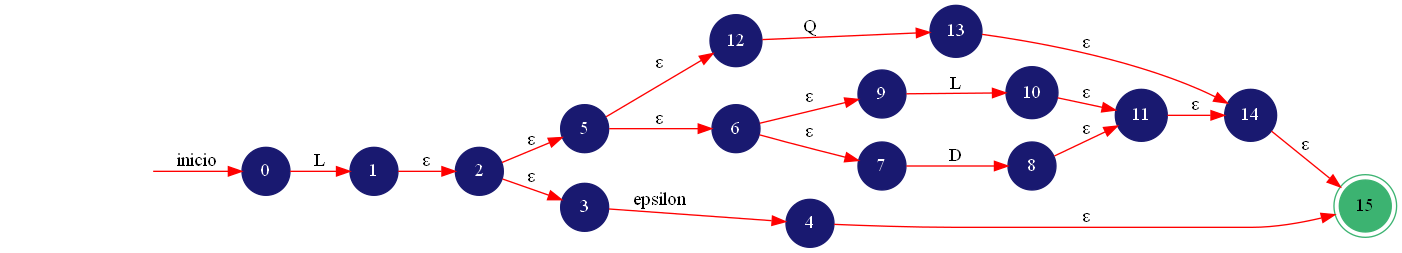
SergieArizandieta/OLC1-P1-202000119 keeps this Graphviz diagram as src/Imagenes/AFDN.png. Above is the earlier version. Its source is kept beside it as src/Imagenes/AFDN.dot.
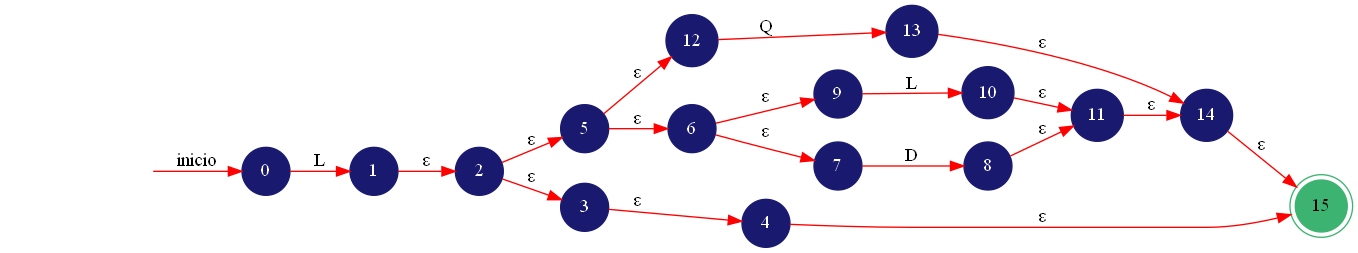
After the change.

Commit message:
epsilon para ?

Diff of the diagram source:
```diff
@@ -10,7 +10,7 @@
 	1 -> 2 [label="ε"];
 	2 -> 5 [label="ε"];
 	2 -> 3 [label="ε"];
-	3 -> 4 [label="epsilon"];
+	3 -> 4 [label="ε"];
 	4 -> 15 [label="ε"];
 	5 -> 12 [label="ε"];
 	5 -> 6 [label="ε"];
```
